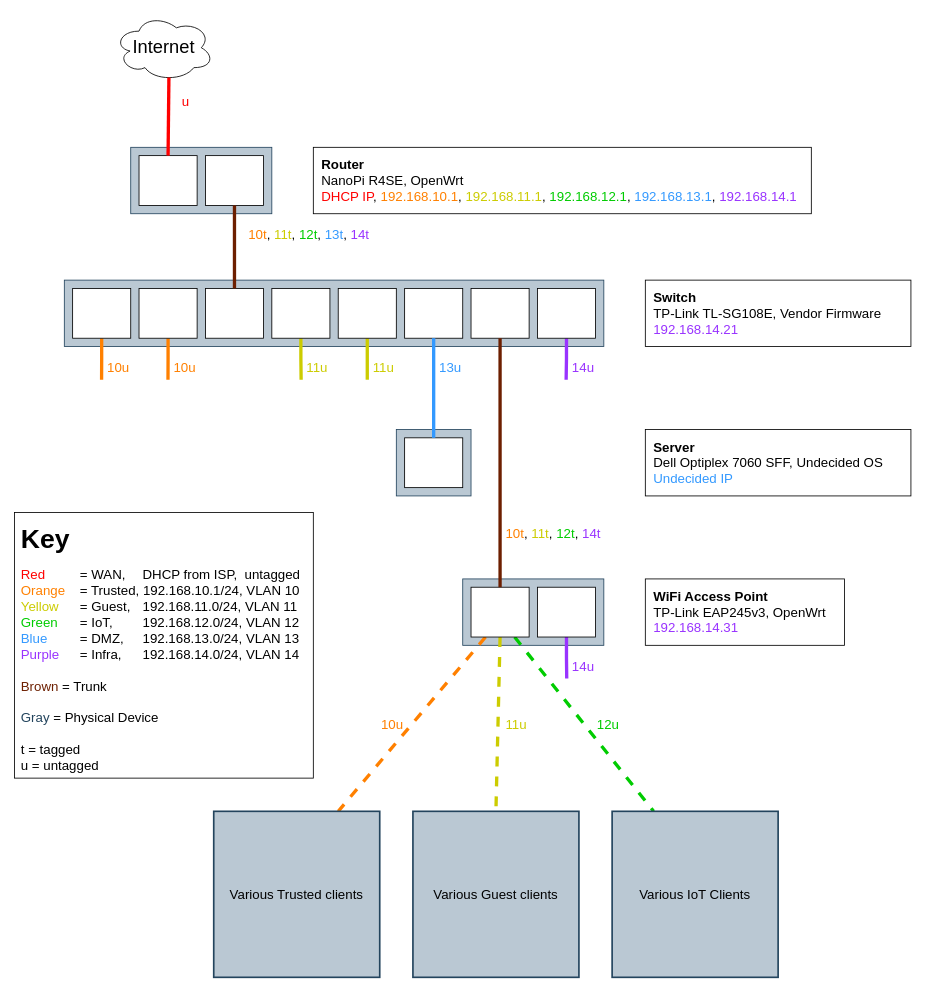
This is home-network.drawio from kwesthaus/network-config, a draw.io file, before an edit. Source tidied: cells renumbered, new cells numbered last; positions are measured from the earlier drawing's top-left corner, leaving out a move shared by most shapes. Both pictures are drawn from the tidied source at 83%, with x=0, y=0 at pixel (14, 14).
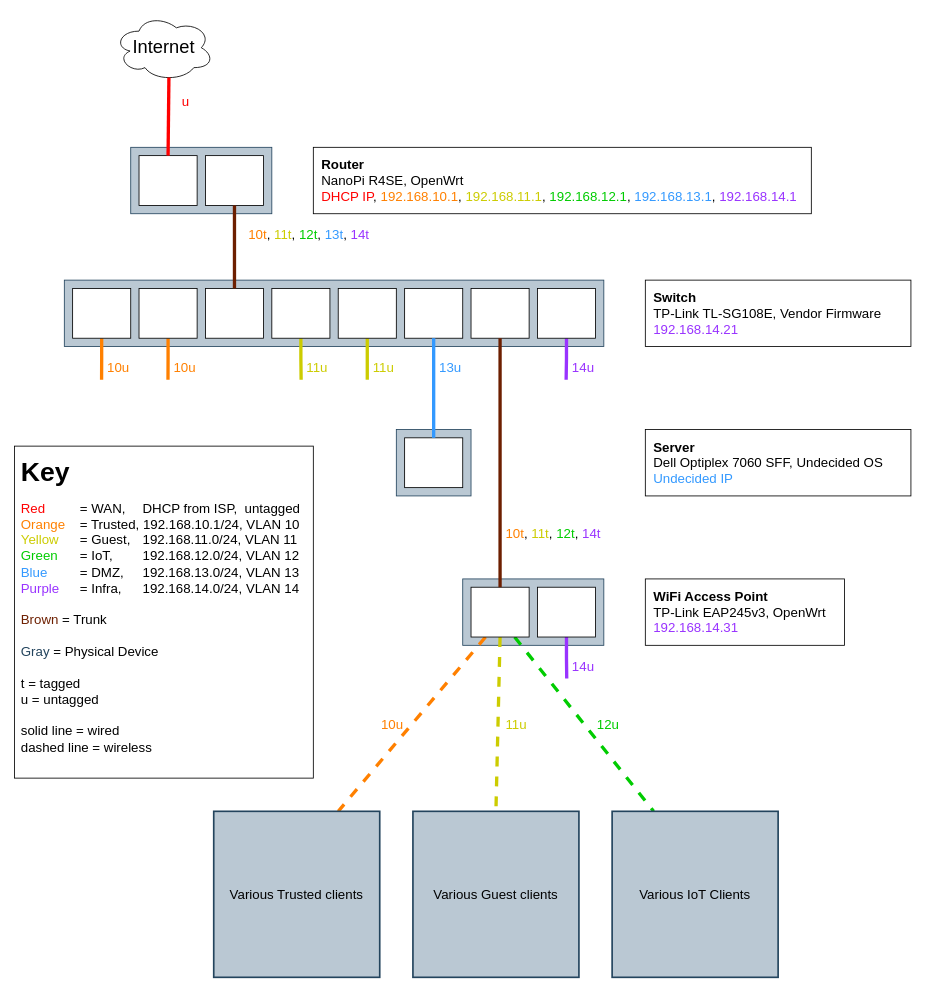
The same diagram, later.

Commit message (it also covers changes not shown here):
documentation: Clarify wired/wireless connections in network layout diagram

Change to the diagram source:
```diff
@@
-    <mxCell id="53" value="&lt;font size=&quot;1&quot; style=&quot;&quot;&gt;&lt;b style=&quot;font-size: 32px;&quot;&gt;Key&lt;/b&gt;&lt;/font&gt;&lt;br&gt;&lt;br&gt;&lt;font style=&quot;font-size: 16px;&quot;&gt;&lt;font style=&quot;font-size: 16px;&quot; color=&quot;#ff0000&quot;&gt;Red&lt;/font&gt; &lt;span style=&quot;white-space: pre;&quot;&gt;&#9;&lt;/span&gt;= WAN,&lt;span style=&quot;white-space: pre;&quot;&gt;&#9;&lt;/span&gt;&amp;nbsp;DHCP from ISP,&amp;nbsp; untagged&lt;br&gt;&lt;font style=&quot;font-size: 16px;&quot; color=&quot;#ff8000&quot;&gt;Orange&lt;/font&gt; &lt;span style=&quot;white-space: pre;&quot;&gt;&#9;&lt;/span&gt;= Trusted, 192.168.10.1/24, VLAN 10&lt;br&gt;&lt;font style=&quot;font-size: 16px;&quot; color=&quot;#cccc00&quot;&gt;Yellow&lt;/font&gt; &lt;span style=&quot;white-space: pre;&quot;&gt;&#9;&lt;/span&gt;= Guest,&lt;span style=&quot;white-space: pre;&quot;&gt;&#9;&lt;/span&gt;&amp;nbsp;192.168.11.0/24, VLAN 11&lt;br&gt;&lt;font style=&quot;font-size: 16px;&quot; color=&quot;#00cc00&quot;&gt;Green&lt;/font&gt; &lt;span style=&quot;white-space: pre;&quot;&gt;&#9;&lt;/span&gt;= IoT,&lt;span style=&quot;white-space: pre;&quot;&gt;&#9;&lt;/span&gt; 192.168.12.0/24, VLAN 12&lt;br&gt;&lt;font style=&quot;font-size: 16px;&quot; color=&quot;#3399ff&quot;&gt;Blue&lt;/font&gt; &lt;span style=&quot;white-space: pre;&quot;&gt;&#9;&lt;/span&gt;= DMZ,&lt;span style=&quot;white-space: pre;&quot;&gt;&#9;&lt;/span&gt; 192.168.13.0/24, VLAN 13&lt;br&gt;&lt;font style=&quot;font-size: 16px;&quot; color=&quot;#9933ff&quot;&gt;Purple&lt;/font&gt; &lt;span style=&quot;white-space: pre;&quot;&gt;&#9;&lt;/span&gt;= Infra,&lt;span style=&quot;white-space: pre;&quot;&gt;&#9;&lt;/span&gt; 192.168.14.0/24, VLAN 14&lt;br&gt;&lt;br&gt;&lt;font style=&quot;font-size: 16px;&quot; color=&quot;#6d1f00&quot;&gt;Brown&lt;/font&gt; = Trunk&lt;br&gt;&lt;br&gt;&lt;font style=&quot;font-size: 16px;&quot; color=&quot;#23445d&quot;&gt;Gray&lt;/font&gt; = Physical Device&lt;br&gt;&lt;br&gt;t = tagged&lt;br&gt;u = untagged&lt;/font&gt;" style="rounded=0;whiteSpace=wrap;html=1;align=left;verticalAlign=top;spacing=8;" parent="1" vertex="1">
-      <mxGeometry y="600" width="360" height="320" as="geometry" />
+    <mxCell id="53" value="&lt;font size=&quot;1&quot; style=&quot;&quot;&gt;&lt;b style=&quot;font-size: 32px;&quot;&gt;Key&lt;/b&gt;&lt;/font&gt;&lt;br&gt;&lt;br&gt;&lt;font style=&quot;font-size: 16px;&quot;&gt;&lt;font style=&quot;font-size: 16px;&quot; color=&quot;#ff0000&quot;&gt;Red&lt;/font&gt; &lt;span style=&quot;white-space: pre;&quot;&gt;&#9;&lt;/span&gt;= WAN,&lt;span style=&quot;white-space: pre;&quot;&gt;&#9;&lt;/span&gt;&amp;nbsp;DHCP from ISP,&amp;nbsp; untagged&lt;br&gt;&lt;font style=&quot;font-size: 16px;&quot; color=&quot;#ff8000&quot;&gt;Orange&lt;/font&gt; &lt;span style=&quot;white-space: pre;&quot;&gt;&#9;&lt;/span&gt;= Trusted, 192.168.10.1/24, VLAN 10&lt;br&gt;&lt;font style=&quot;font-size: 16px;&quot; color=&quot;#cccc00&quot;&gt;Yellow&lt;/font&gt; &lt;span style=&quot;white-space: pre;&quot;&gt;&#9;&lt;/span&gt;= Guest,&lt;span style=&quot;white-space: pre;&quot;&gt;&#9;&lt;/span&gt;&amp;nbsp;192.168.11.0/24, VLAN 11&lt;br&gt;&lt;font style=&quot;font-size: 16px;&quot; color=&quot;#00cc00&quot;&gt;Green&lt;/font&gt; &lt;span style=&quot;white-space: pre;&quot;&gt;&#9;&lt;/span&gt;= IoT,&lt;span style=&quot;white-space: pre;&quot;&gt;&#9;&lt;/span&gt; 192.168.12.0/24, VLAN 12&lt;br&gt;&lt;font style=&quot;font-size: 16px;&quot; color=&quot;#3399ff&quot;&gt;Blue&lt;/font&gt; &lt;span style=&quot;white-space: pre;&quot;&gt;&#9;&lt;/span&gt;= DMZ,&lt;span style=&quot;white-space: pre;&quot;&gt;&#9;&lt;/span&gt; 192.168.13.0/24, VLAN 13&lt;br&gt;&lt;font style=&quot;font-size: 16px;&quot; color=&quot;#9933ff&quot;&gt;Purple&lt;/font&gt; &lt;span style=&quot;white-space: pre;&quot;&gt;&#9;&lt;/span&gt;= Infra,&lt;span style=&quot;white-space: pre;&quot;&gt;&#9;&lt;/span&gt; 192.168.14.0/24, VLAN 14&lt;br&gt;&lt;br&gt;&lt;font style=&quot;font-size: 16px;&quot; color=&quot;#6d1f00&quot;&gt;Brown&lt;/font&gt; = Trunk&lt;br&gt;&lt;br&gt;&lt;font style=&quot;font-size: 16px;&quot; color=&quot;#23445d&quot;&gt;Gray&lt;/font&gt; = Physical Device&lt;br&gt;&lt;br&gt;t = tagged&lt;br&gt;u = untagged&lt;br&gt;&lt;br&gt;solid line = wired&lt;br&gt;dashed line = wireless&lt;br&gt;&lt;/font&gt;" style="rounded=0;whiteSpace=wrap;html=1;align=left;verticalAlign=top;spacing=8;" parent="1" vertex="1">
+      <mxGeometry y="520" width="360" height="400" as="geometry" />
     </mxCell>
```
